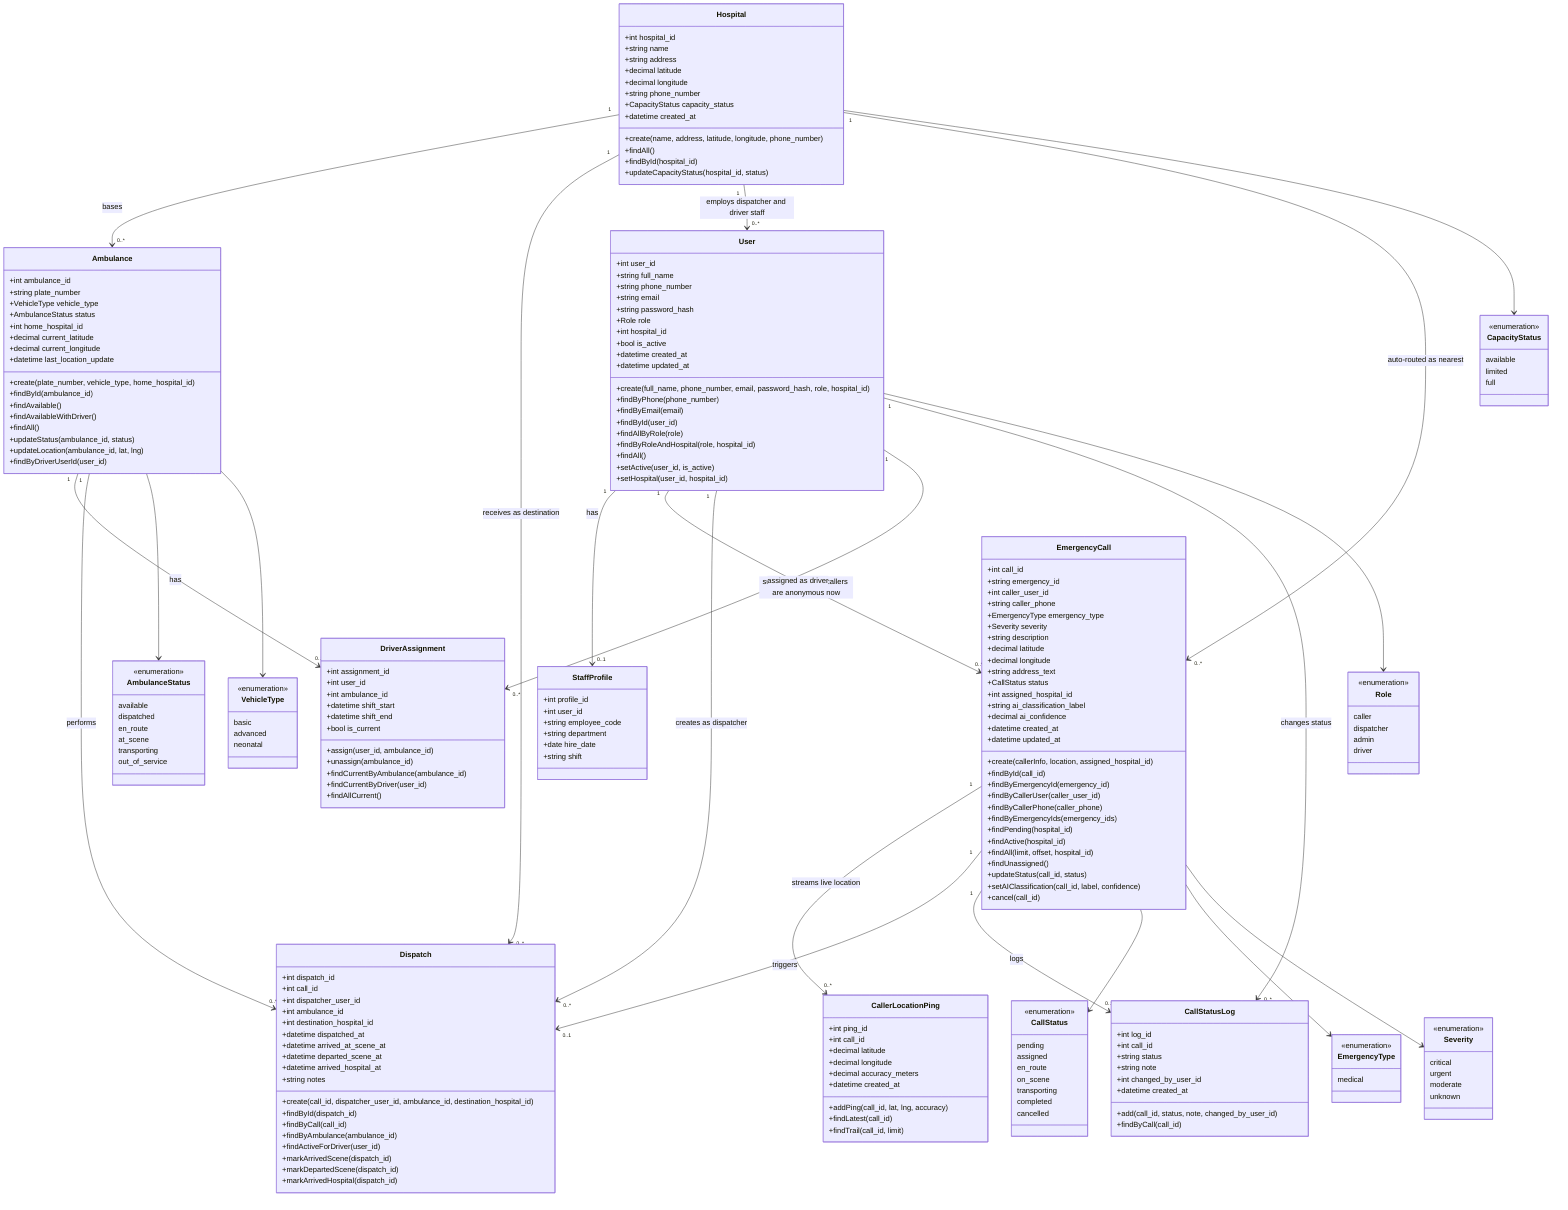
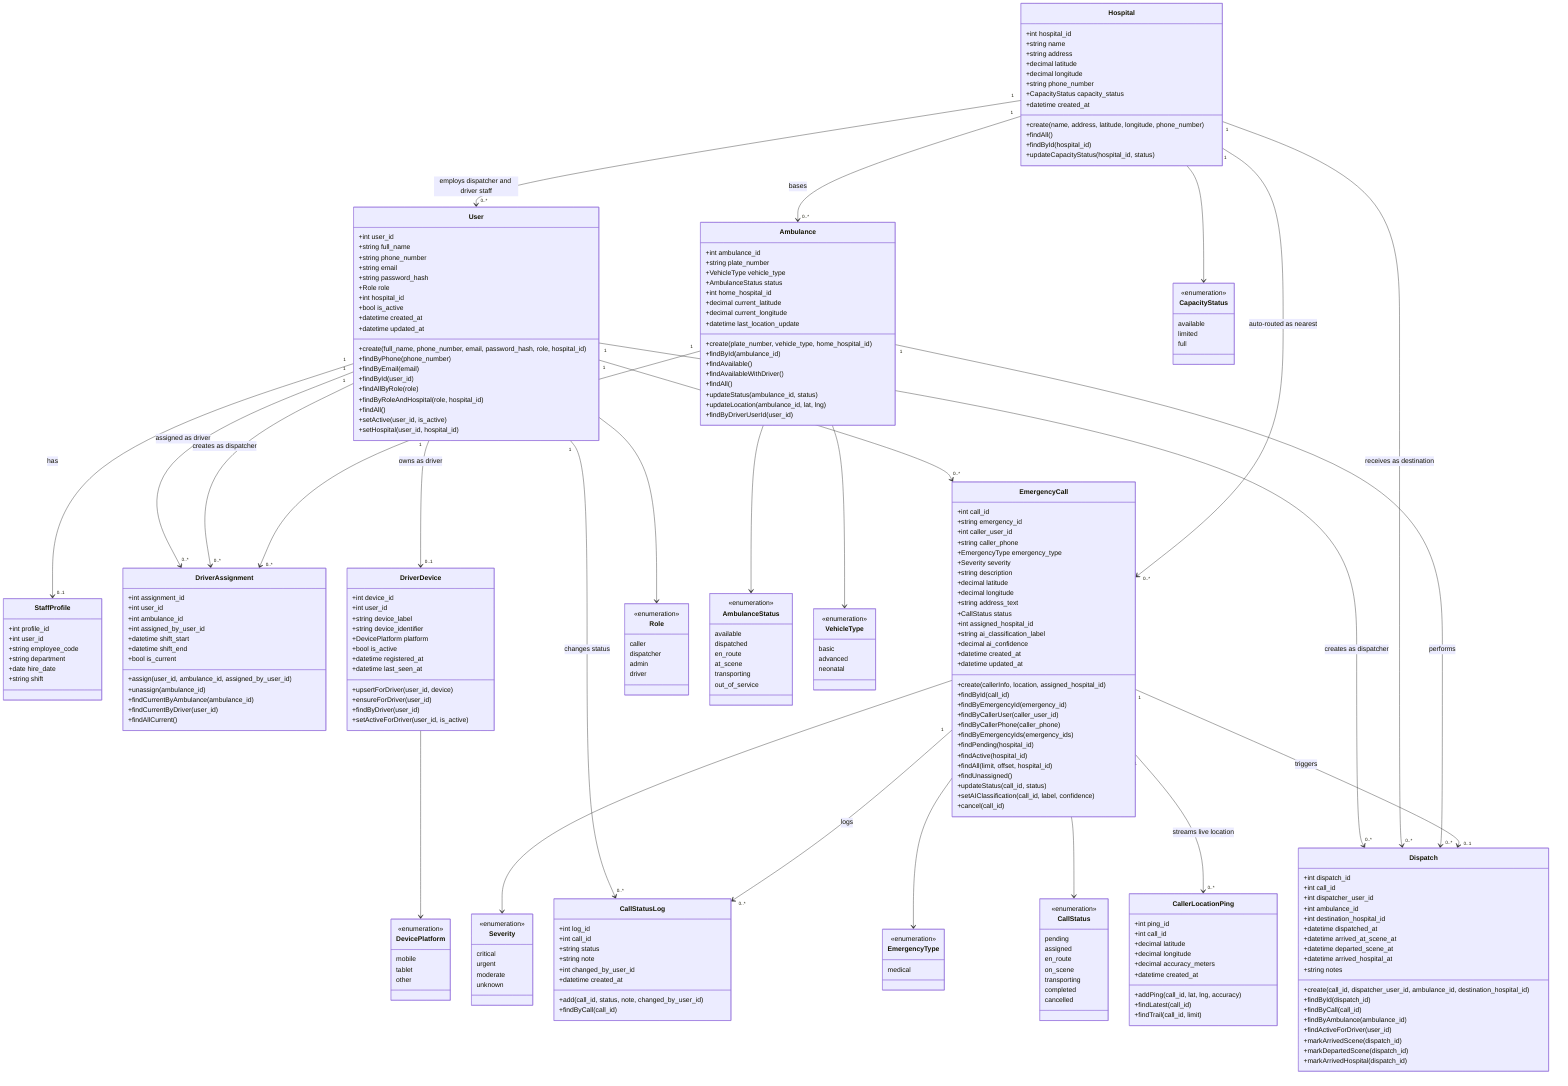
classDiagram
    direction TB

    %% ============================================================
    %% AUTH & STAFF
    %% ============================================================

    class User {
        +int user_id
        +string full_name
        +string phone_number
        +string email
        +string password_hash
        +Role role
        +int hospital_id
        +bool is_active
        +datetime created_at
        +datetime updated_at
        +create(full_name, phone_number, email, password_hash, role, hospital_id)
        +findByPhone(phone_number)
        +findByEmail(email)
        +findById(user_id)
        +findAllByRole(role)
        +findByRoleAndHospital(role, hospital_id)
        +findAll()
        +setActive(user_id, is_active)
        +setHospital(user_id, hospital_id)
    }

    class StaffProfile {
        +int profile_id
        +int user_id
        +string employee_code
        +string department
        +date hire_date
        +string shift
    }

    %% ============================================================
    %% HOSPITALS & FLEET
    %% ============================================================

    class Hospital {
        +int hospital_id
        +string name
        +string address
        +decimal latitude
        +decimal longitude
        +string phone_number
        +CapacityStatus capacity_status
        +datetime created_at
        +create(name, address, latitude, longitude, phone_number)
        +findAll()
        +findById(hospital_id)
        +updateCapacityStatus(hospital_id, status)
    }

    class Ambulance {
        +int ambulance_id
        +string plate_number
        +VehicleType vehicle_type
        +AmbulanceStatus status
        +int home_hospital_id
        +decimal current_latitude
        +decimal current_longitude
        +datetime last_location_update
        +create(plate_number, vehicle_type, home_hospital_id)
        +findById(ambulance_id)
        +findAvailable()
        +findAvailableWithDriver()
        +findAll()
        +updateStatus(ambulance_id, status)
        +updateLocation(ambulance_id, lat, lng)
        +findByDriverUserId(user_id)
    }

    class DriverAssignment {
        +int assignment_id
        +int user_id
        +int ambulance_id
+         +int assigned_by_user_id
        +datetime shift_start
        +datetime shift_end
        +bool is_current
-         +assign(user_id, ambulance_id)
+         +assign(user_id, ambulance_id, assigned_by_user_id)
        +unassign(ambulance_id)
        +findCurrentByAmbulance(ambulance_id)
        +findCurrentByDriver(user_id)
        +findAllCurrent()
+     }
+ 
+     class DriverDevice {
+         +int device_id
+         +int user_id
+         +string device_label
+         +string device_identifier
+         +DevicePlatform platform
+         +bool is_active
+         +datetime registered_at
+         +datetime last_seen_at
+         +upsertForDriver(user_id, device)
+         +ensureForDriver(user_id)
+         +findByDriver(user_id)
+         +setActiveForDriver(user_id, is_active)
    }

    %% ============================================================
    %% EMERGENCY CALLS
    %% ============================================================

    class EmergencyCall {
        +int call_id
        +string emergency_id
        +int caller_user_id
        +string caller_phone
        +EmergencyType emergency_type
        +Severity severity
        +string description
        +decimal latitude
        +decimal longitude
        +string address_text
        +CallStatus status
        +int assigned_hospital_id
        +string ai_classification_label
        +decimal ai_confidence
        +datetime created_at
        +datetime updated_at
        +create(callerInfo, location, assigned_hospital_id)
        +findById(call_id)
        +findByEmergencyId(emergency_id)
        +findByCallerUser(caller_user_id)
        +findByCallerPhone(caller_phone)
        +findByEmergencyIds(emergency_ids)
        +findPending(hospital_id)
        +findActive(hospital_id)
        +findAll(limit, offset, hospital_id)
        +findUnassigned()
        +updateStatus(call_id, status)
        +setAIClassification(call_id, label, confidence)
        +cancel(call_id)
    }

    class CallerLocationPing {
        +int ping_id
        +int call_id
        +decimal latitude
        +decimal longitude
        +decimal accuracy_meters
        +datetime created_at
        +addPing(call_id, lat, lng, accuracy)
        +findLatest(call_id)
        +findTrail(call_id, limit)
    }

    class CallStatusLog {
        +int log_id
        +int call_id
        +string status
        +string note
        +int changed_by_user_id
        +datetime created_at
        +add(call_id, status, note, changed_by_user_id)
        +findByCall(call_id)
    }

    %% ============================================================
    %% DISPATCH
    %% ============================================================

    class Dispatch {
        +int dispatch_id
        +int call_id
        +int dispatcher_user_id
        +int ambulance_id
        +int destination_hospital_id
        +datetime dispatched_at
        +datetime arrived_at_scene_at
        +datetime departed_scene_at
        +datetime arrived_hospital_at
        +string notes
        +create(call_id, dispatcher_user_id, ambulance_id, destination_hospital_id)
        +findById(dispatch_id)
        +findByCall(call_id)
        +findByAmbulance(ambulance_id)
        +findActiveForDriver(user_id)
        +markArrivedScene(dispatch_id)
        +markDepartedScene(dispatch_id)
        +markArrivedHospital(dispatch_id)
    }

    %% ============================================================
    %% ENUMERATIONS
    %% ============================================================

    class Role {
        <<enumeration>>
        caller
        dispatcher
        admin
        driver
    }

    class CallStatus {
        <<enumeration>>
        pending
        assigned
        en_route
        on_scene
        transporting
        completed
        cancelled
    }

    %% Only 'medical' is enforced end-to-end right now (validator + UI).
    %% accident / fire_related / other still exist in the raw DB column
    %% type for future expansion, but nothing above the schema allows them.
    class EmergencyType {
        <<enumeration>>
        medical
    }

    class Severity {
        <<enumeration>>
        critical
        urgent
        moderate
        unknown
    }

    class AmbulanceStatus {
        <<enumeration>>
        available
        dispatched
        en_route
        at_scene
        transporting
        out_of_service
    }

    class VehicleType {
        <<enumeration>>
        basic
        advanced
        neonatal
    }

    class CapacityStatus {
        <<enumeration>>
        available
        limited
        full
    }

+     class DevicePlatform {
+         <<enumeration>>
+         mobile
+         tablet
+         other
+     }
+ 
    %% ============================================================
    %% RELATIONSHIPS
    %% ============================================================

    User "1" --> "0..1" StaffProfile : has
    User "1" --> "0..*" EmergencyCall : submits optionally, callers are anonymous now
    User "1" --> "0..*" Dispatch : creates as dispatcher
    User "1" --> "0..*" DriverAssignment : assigned as driver
+     User "1" --> "0..*" DriverAssignment : creates as dispatcher
+     User "1" --> "0..1" DriverDevice : owns as driver
    User "1" --> "0..*" CallStatusLog : changes status

    Hospital "1" --> "0..*" Ambulance : bases
    Hospital "1" --> "0..*" Dispatch : receives as destination
    Hospital "1" --> "0..*" User : employs dispatcher and driver staff
    Hospital "1" --> "0..*" EmergencyCall : auto-routed as nearest

    Ambulance "1" --> "0..*" DriverAssignment : has
    Ambulance "1" --> "0..*" Dispatch : performs

    EmergencyCall "1" --> "0..*" CallerLocationPing : streams live location
    EmergencyCall "1" --> "0..1" Dispatch : triggers
    EmergencyCall "1" --> "0..*" CallStatusLog : logs

    User --> Role
    EmergencyCall --> CallStatus
    EmergencyCall --> EmergencyType
    EmergencyCall --> Severity
    Ambulance --> AmbulanceStatus
    Ambulance --> VehicleType
    Hospital --> CapacityStatus
+     DriverDevice --> DevicePlatform
